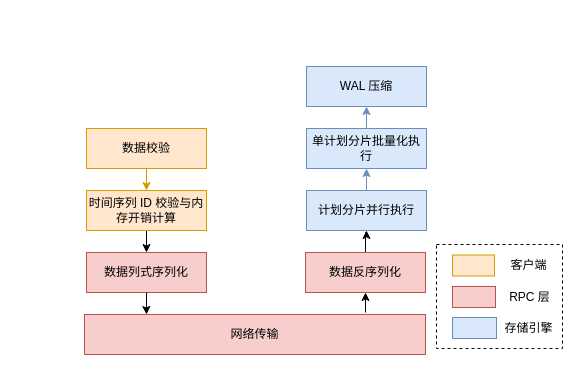
This is 设计图/新写入机制总览.drawio from THUMarkLau/thuthesis, a draw.io file, before an edit. Source tidied: cells renumbered, new cells numbered last; positions are measured from the earlier drawing's top-left corner, leaving out a move shared by most shapes. Both pictures are drawn from the tidied source at 100%, with x=0, y=0 at pixel (84, 66).
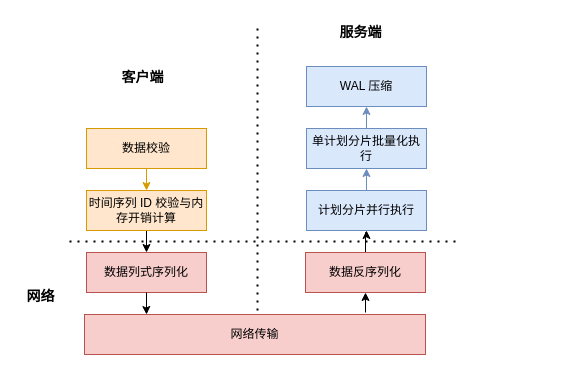
The same page after the edit.

Change to the diagram source:
```diff
@@
-    <mxCell id="2" style="rounded=0;whiteSpace=wrap;html=1;dashed=1;fillColor=none;" parent="1" vertex="1">
-      <mxGeometry x="352" y="178" width="126" height="104" as="geometry" />
-    </mxCell>
@@
-    <mxCell id="18" style="rounded=0;whiteSpace=wrap;html=1;fillColor=#ffe6cc;strokeColor=#d79b00;" parent="1" vertex="1">
-      <mxGeometry x="368" y="188.5" width="42" height="21" as="geometry" />
-    </mxCell>
+    <mxCell id="24" style="endArrow=none;dashed=1;html=1;dashPattern=1 3;strokeWidth=2;rounded=0;" parent="1" edge="1">
+      <mxGeometry relative="1" as="geometry">
+        <mxPoint x="-15" y="175" as="sourcePoint" />
+        <mxPoint x="371" y="175" as="targetPoint" />
+      </mxGeometry>
+    </mxCell>
+    <mxCell id="25" style="endArrow=none;dashed=1;html=1;dashPattern=1 3;strokeWidth=2;rounded=0;" parent="1" edge="1">
+      <mxGeometry relative="1" as="geometry">
+        <mxPoint x="173" y="-38" as="sourcePoint" />
+        <mxPoint x="173" y="246" as="targetPoint" />
+      </mxGeometry>
+    </mxCell>
-    <mxCell id="19" value="客户端" style="text;html=1;align=center;verticalAlign=middle;strokeColor=none;fillColor=none;" parent="1" vertex="1">
-      <mxGeometry x="417" y="186" width="54" height="26" as="geometry" />
+    <mxCell id="19" value="&lt;font style=&quot;font-size: 14px;&quot;&gt;&lt;b&gt;客户端&lt;/b&gt;&lt;/font&gt;" style="text;html=1;align=center;verticalAlign=middle;strokeColor=none;fillColor=none;" parent="1" vertex="1">
+      <mxGeometry x="28" y="-4" width="60" height="29" as="geometry" />
     </mxCell>
-    <mxCell id="20" style="rounded=0;whiteSpace=wrap;html=1;fillColor=#f8cecc;strokeColor=#b85450;" parent="1" vertex="1">
-      <mxGeometry x="368" y="220" width="43" height="21" as="geometry" />
-    </mxCell>
-    <mxCell id="21" value="RPC 层" style="text;html=1;align=center;verticalAlign=middle;strokeColor=none;fillColor=none;" parent="1" vertex="1">
-      <mxGeometry x="415" y="217.5" width="59" height="26" as="geometry" />
-    </mxCell>
-    <mxCell id="22" style="rounded=0;whiteSpace=wrap;html=1;fillColor=#dae8fc;strokeColor=#6c8ebf;" parent="1" vertex="1">
-      <mxGeometry x="368" y="251" width="44" height="21" as="geometry" />
-    </mxCell>
-    <mxCell id="23" value="存储引擎" style="text;html=1;align=center;verticalAlign=middle;strokeColor=none;fillColor=none;" parent="1" vertex="1">
-      <mxGeometry x="411" y="248.5" width="66" height="26" as="geometry" />
-    </mxCell>
+    <mxCell id="26" value="&lt;font style=&quot;font-size: 14px;&quot;&gt;&lt;b&gt;网络&lt;/b&gt;&lt;/font&gt;" style="text;html=1;align=center;verticalAlign=middle;strokeColor=none;fillColor=none;" parent="1" vertex="1">
+      <mxGeometry x="-67" y="215" width="46" height="29" as="geometry" />
+    </mxCell>
+    <mxCell id="27" value="&lt;font style=&quot;font-size: 14px;&quot;&gt;&lt;b&gt;服务端&lt;/b&gt;&lt;/font&gt;" style="text;html=1;align=center;verticalAlign=middle;strokeColor=none;fillColor=none;" parent="1" vertex="1">
+      <mxGeometry x="246" y="-49" width="60" height="29" as="geometry" />
+    </mxCell>
```
